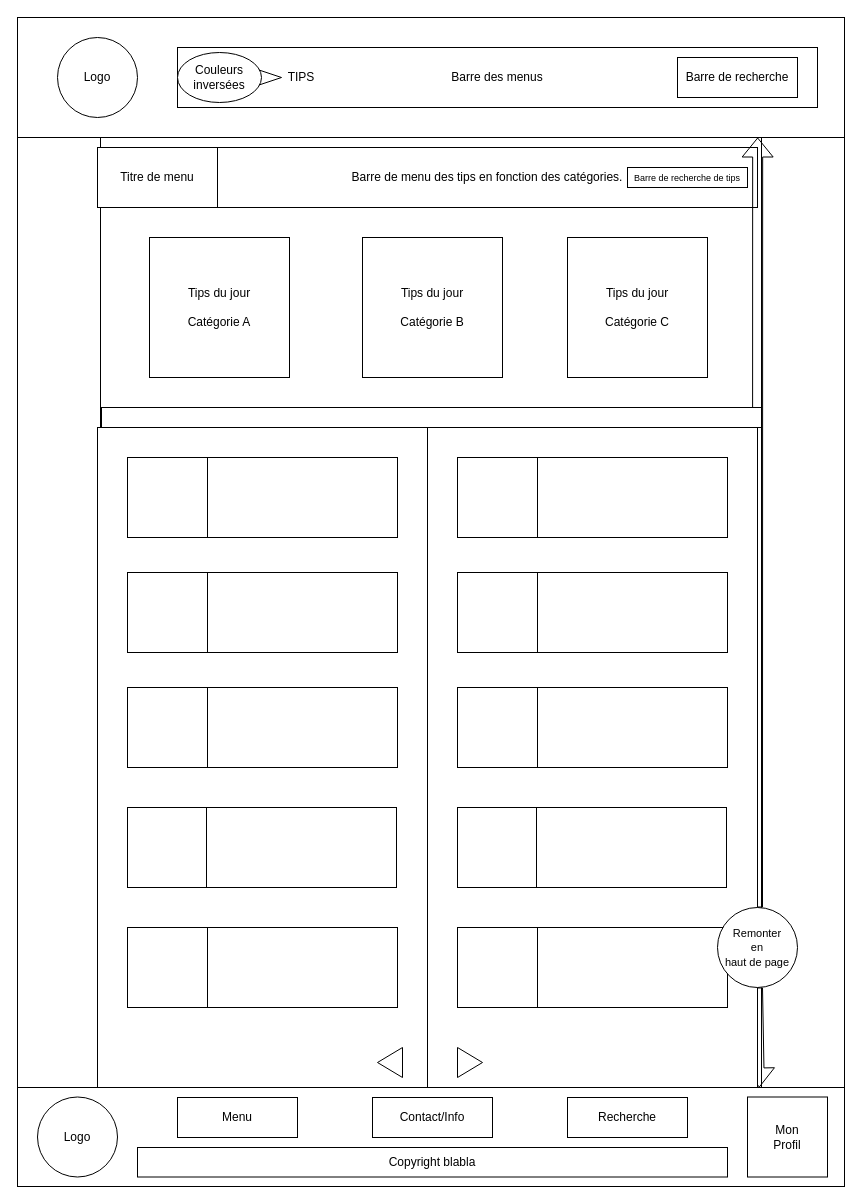
Hidorion/Projet-2.5 keeps this draw.io diagram as Relation_Client/WF PC/Page tips PC.drawio. Above is the earlier version. Source tidied: cells renumbered, new cells numbered last; positions are measured from the earlier drawing's top-left corner, leaving out a move shared by most shapes. Both pictures are drawn from the tidied source at 100%, with x=0, y=0 at pixel (17, 17).
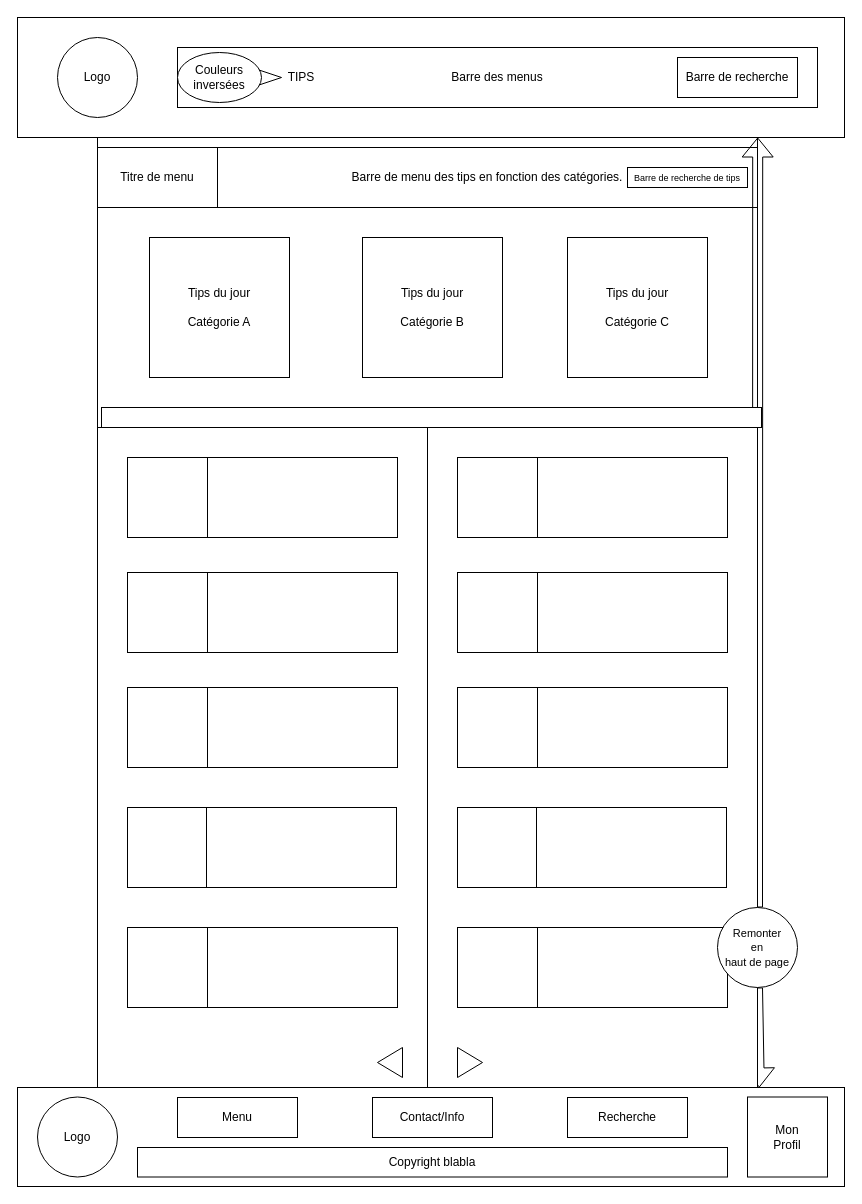
After the change.

Unchanged cells that the change refers to:
```xml
<mxCell id="56" value="&lt;font style=&quot;font-size: 11px&quot;&gt;Remonter&lt;br&gt;en&lt;br&gt;haut de page&lt;/font&gt;" style="ellipse;whiteSpace=wrap;html=1;" parent="1" vertex="1">
  <mxGeometry x="700" y="890" width="80" height="80" as="geometry" />
</mxCell>
```

What changed in the source:
```diff
@@
+    <mxCell id="57" style="rounded=0;whiteSpace=wrap;html=1;" parent="1" vertex="1">
+      <mxGeometry x="80" y="120" width="660" height="950" as="geometry" />
+    </mxCell>
@@
-    <mxCell id="13" style="shape=process;whiteSpace=wrap;html=1;backgroundOutline=1;" parent="1" vertex="1">
-      <mxGeometry y="120" width="827" height="950" as="geometry" />
-    </mxCell>
@@
-    <mxCell id="25" style="shape=flexArrow;endArrow=classic;html=1;exitX=0.5;exitY=0;exitDx=0;exitDy=0;entryX=0.895;entryY=0;entryDx=0;entryDy=0;entryPerimeter=0;" parent="1" edge="1" source="56" target="13">
-      <mxGeometry relative="1" as="geometry" />
+    <mxCell id="25" style="shape=flexArrow;endArrow=classic;html=1;exitX=0.5;exitY=0;exitDx=0;exitDy=0;entryX=0.895;entryY=0;entryDx=0;entryDy=0;entryPerimeter=0;" parent="1" edge="1" source="56">
+      <mxGeometry relative="1" as="geometry">
+        <mxPoint x="740.2" y="120" as="targetPoint" />
+      </mxGeometry>
     </mxCell>
```
